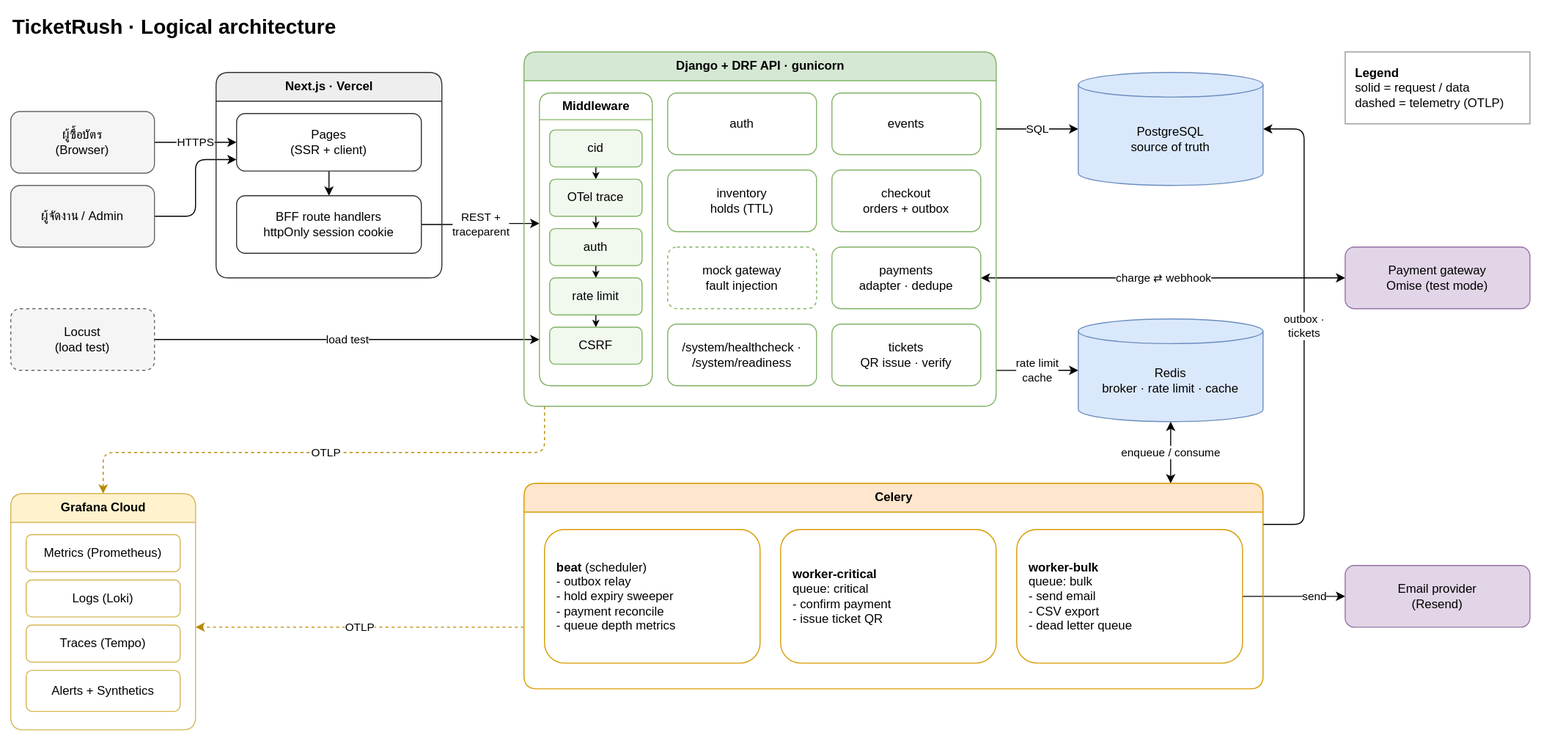
This is docs/diagrams/architecture.drawio.svg from NaphatJM/ticketrush, a draw.io export, as it was before one commit. Source tidied: cells renumbered, new cells last; positions are measured from the earlier drawing's top-left corner, leaving out a move shared by most shapes.
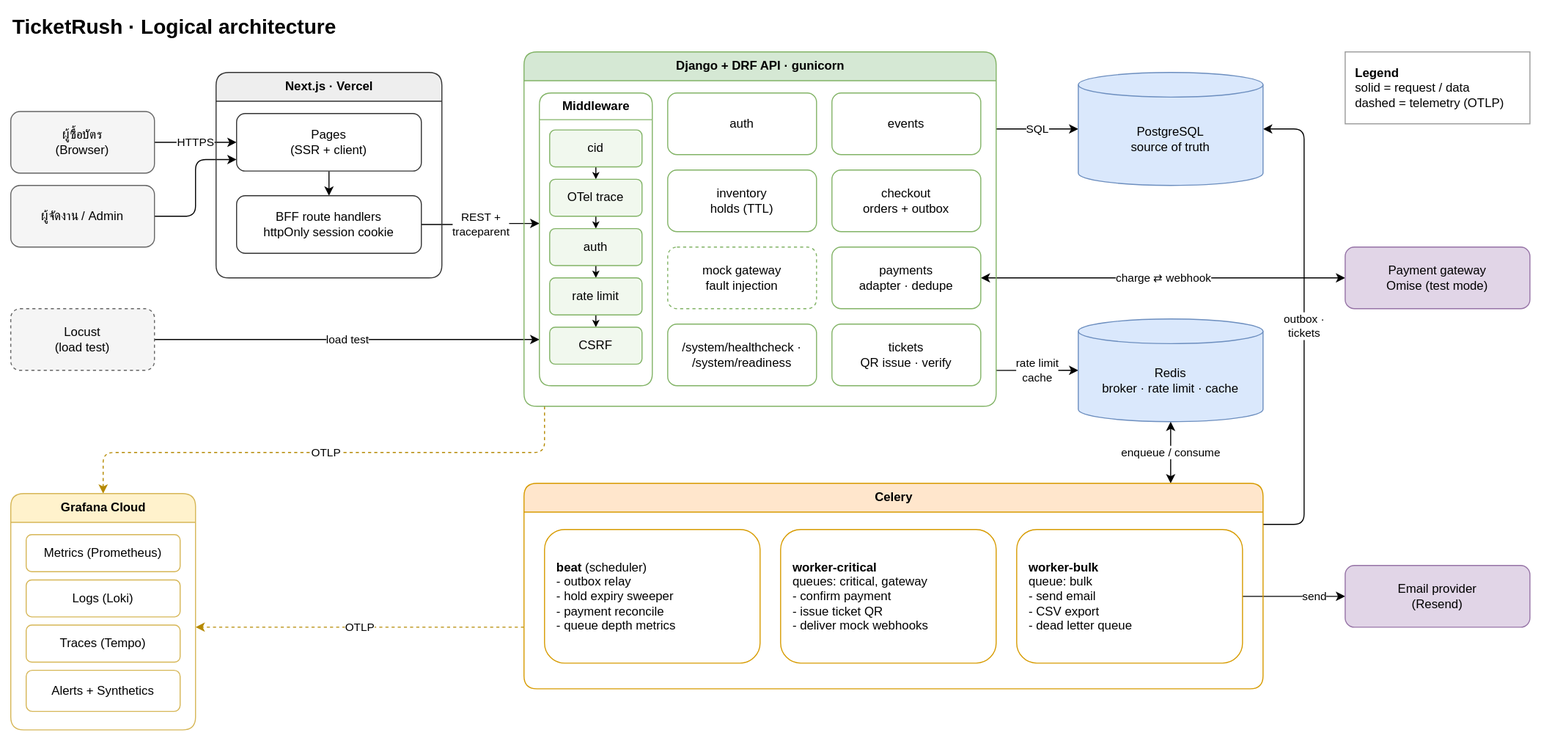
After the change.

The edit, as a diff of the source:
```diff
@@ -148,7 +148,7 @@
     <mxCell id="47" value="&lt;b&gt;beat&lt;/b&gt; (scheduler)&lt;br&gt;- outbox relay&lt;br&gt;- hold expiry sweeper&lt;br&gt;- payment reconcile&lt;br&gt;- queue depth metrics" style="rounded=1;whiteSpace=wrap;html=1;fillColor=#ffffff;strokeColor=#d79b00;align=left;spacingLeft=10;" parent="46" vertex="1">
       <mxGeometry x="20" y="45" width="210" height="130" as="geometry" />
     </mxCell>
-    <mxCell id="48" value="&lt;b&gt;worker-critical&lt;/b&gt;&lt;br&gt;queue: critical&lt;br&gt;- confirm payment&lt;br&gt;- issue ticket QR" style="rounded=1;whiteSpace=wrap;html=1;fillColor=#ffffff;strokeColor=#d79b00;align=left;spacingLeft=10;" parent="46" vertex="1">
+    <mxCell id="48" value="&lt;b&gt;worker-critical&lt;/b&gt;&lt;br&gt;queues: critical, gateway&lt;br&gt;- confirm payment&lt;br&gt;- issue ticket QR&lt;br&gt;- deliver mock webhooks" style="rounded=1;whiteSpace=wrap;html=1;fillColor=#ffffff;strokeColor=#d79b00;align=left;spacingLeft=10;" parent="46" vertex="1">
       <mxGeometry x="250" y="45" width="210" height="130" as="geometry" />
     </mxCell>
     <mxCell id="49" value="&lt;b&gt;worker-bulk&lt;/b&gt;&lt;br&gt;queue: bulk&lt;br&gt;- send email&lt;br&gt;- CSV export&lt;br&gt;- dead letter queue" style="rounded=1;whiteSpace=wrap;html=1;fillColor=#ffffff;strokeColor=#d79b00;align=left;spacingLeft=10;" parent="46" vertex="1">
```
